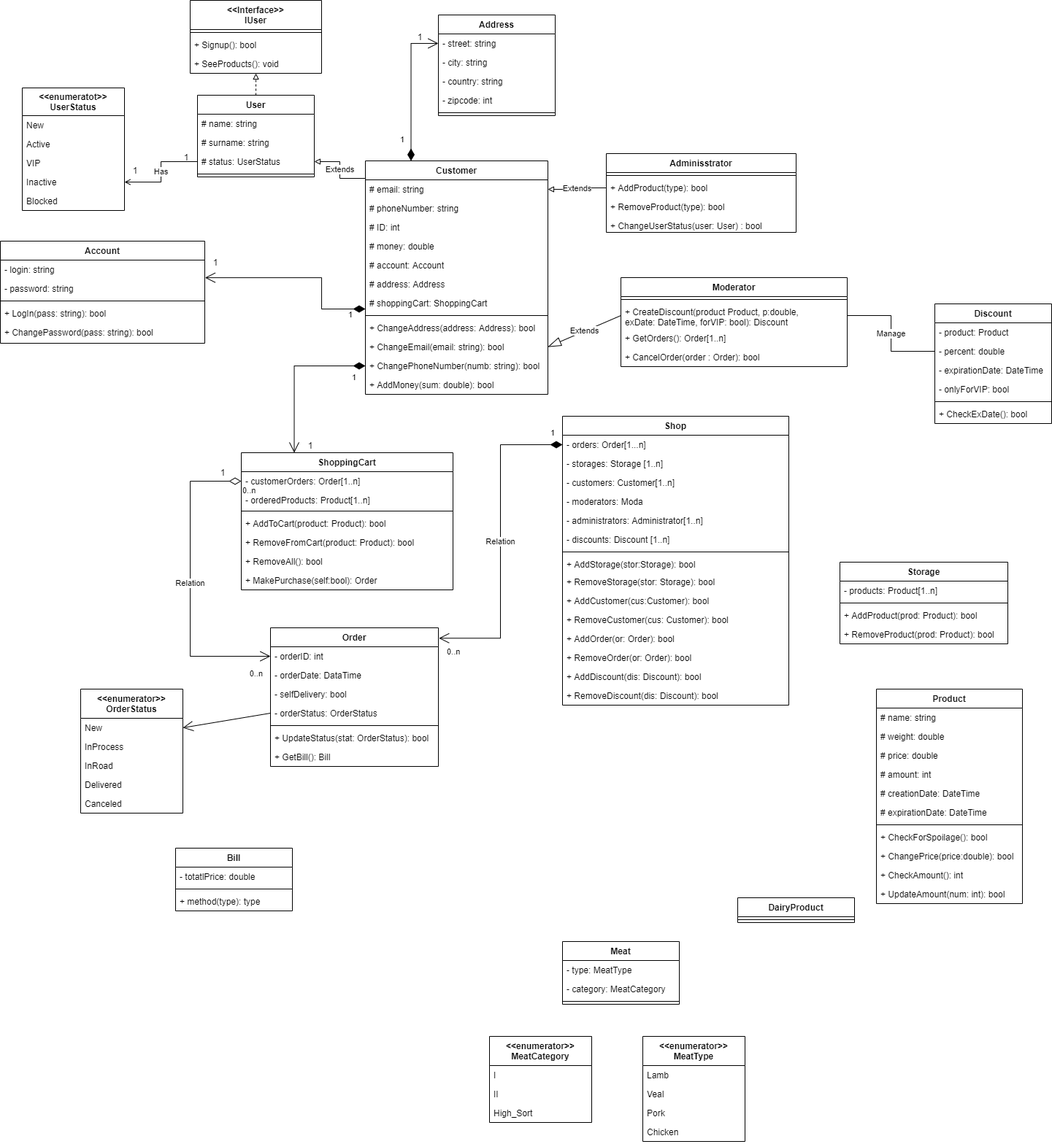
Before: ShopConseptualUML.drawio.png, a diagram exported from draw.io (olh-msk/SigmaTask10). Source tidied: cells renumbered, new cells last; positions are measured from the earlier drawing's top-left corner, leaving out a move shared by most shapes.
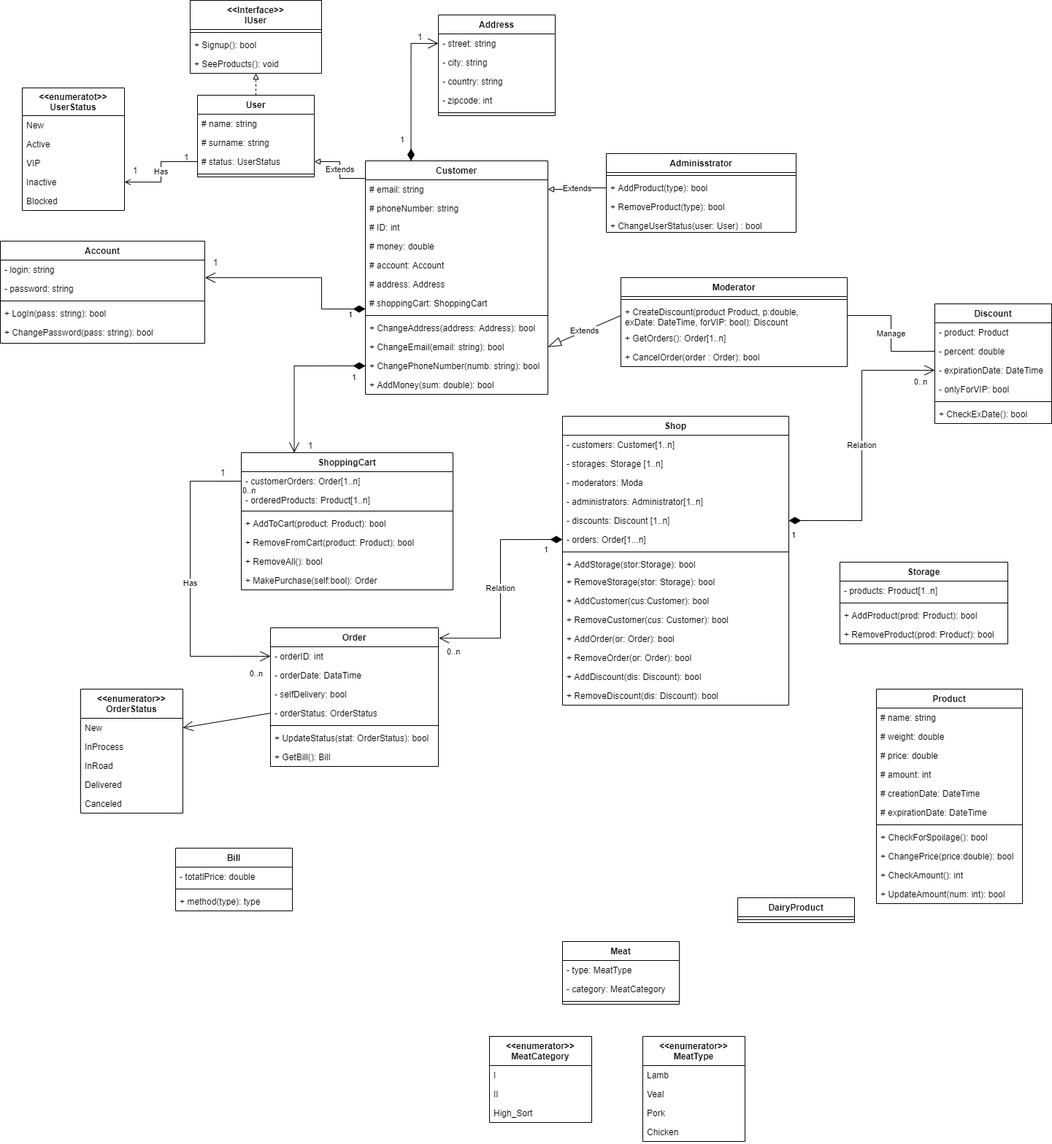
The same diagram one commit later.

What changed in the source:
```diff
@@ -309,24 +309,24 @@
     <mxCell id="99" value="Shop" style="swimlane;fontStyle=1;align=center;verticalAlign=top;horizontal=1;startSize=26;" parent="1" vertex="1">
       <mxGeometry x="770" y="570" width="310" height="396" as="geometry" />
     </mxCell>
-    <mxCell id="100" value="- orders: Order[1...n]" style="text;strokeColor=none;fillColor=none;align=left;verticalAlign=top;spacingLeft=4;spacingRight=4;overflow=hidden;points=[[0,0.5],[1,0.5]];portConstraint=eastwest;" parent="99" vertex="1">
-      <mxGeometry y="26" width="310" height="26" as="geometry" />
-    </mxCell>
+    <mxCell id="102" value="- customers: Customer[1..n]" style="text;strokeColor=none;fillColor=none;align=left;verticalAlign=top;spacingLeft=4;spacingRight=4;overflow=hidden;" parent="99" vertex="1">
+      <mxGeometry y="26" width="310" height="26" as="geometry" />
+    </mxCell>
     <mxCell id="101" value="- storages: Storage [1..n]" style="text;strokeColor=none;fillColor=none;align=left;verticalAlign=top;spacingLeft=4;spacingRight=4;overflow=hidden;" parent="99" vertex="1">
       <mxGeometry y="52" width="310" height="26" as="geometry" />
     </mxCell>
-    <mxCell id="102" value="- customers: Customer[1..n]" style="text;strokeColor=none;fillColor=none;align=left;verticalAlign=top;spacingLeft=4;spacingRight=4;overflow=hidden;" parent="99" vertex="1">
-      <mxGeometry y="78" width="310" height="26" as="geometry" />
-    </mxCell>
     <mxCell id="103" value="- moderators: Moda" style="text;strokeColor=none;fillColor=none;align=left;verticalAlign=top;spacingLeft=4;spacingRight=4;overflow=hidden;" parent="99" vertex="1">
-      <mxGeometry y="104" width="310" height="26" as="geometry" />
+      <mxGeometry y="78" width="310" height="26" as="geometry" />
     </mxCell>
     <mxCell id="104" value="- administrators: Administrator[1..n]" style="text;strokeColor=none;fillColor=none;align=left;verticalAlign=top;spacingLeft=4;spacingRight=4;overflow=hidden;" parent="99" vertex="1">
-      <mxGeometry y="130" width="310" height="26" as="geometry" />
+      <mxGeometry y="104" width="310" height="26" as="geometry" />
     </mxCell>
     <mxCell id="105" value="- discounts: Discount [1..n]" style="text;strokeColor=none;fillColor=none;align=left;verticalAlign=top;spacingLeft=4;spacingRight=4;overflow=hidden;points=[[0,0.5],[1,0.5]];portConstraint=eastwest;" parent="99" vertex="1">
-      <mxGeometry y="156" width="310" height="26" as="geometry" />
+      <mxGeometry y="130" width="310" height="26" as="geometry" />
     </mxCell>
+    <mxCell id="100" value="- orders: Order[1...n]" style="text;strokeColor=none;fillColor=none;align=left;verticalAlign=top;spacingLeft=4;spacingRight=4;overflow=hidden;points=[[0,0.5],[1,0.5]];portConstraint=eastwest;" parent="99" vertex="1">
+      <mxGeometry y="156" width="310" height="26" as="geometry" />
+    </mxCell>
     <mxCell id="106" style="line;strokeWidth=1;fillColor=none;align=left;verticalAlign=middle;spacingTop=-1;spacingLeft=3;spacingRight=3;labelPosition=right;" parent="99" vertex="1">
       <mxGeometry y="182" width="310" height="8" as="geometry" />
     </mxCell>
@@ -450,7 +450,7 @@
     <mxCell id="146" value="Chicken" style="text;strokeColor=none;fillColor=none;align=left;verticalAlign=top;spacingLeft=4;spacingRight=4;overflow=hidden;" parent="142" vertex="1">
       <mxGeometry y="118" width="140" height="26" as="geometry" />
     </mxCell>
-    <mxCell id="147" value="Relation" style="endArrow=open;html=1;endSize=12;startArrow=diamondThin;startSize=14;startFill=0;edgeStyle=orthogonalEdgeStyle;rounded=0;entryX=0;entryY=0.5;entryDx=0;entryDy=0;exitX=0;exitY=0.5;exitDx=0;exitDy=0;" parent="1" edge="1" source="50" target="92">
+    <mxCell id="147" value="Has" style="endArrow=open;html=1;endSize=12;startArrow=none;startSize=14;startFill=0;edgeStyle=orthogonalEdgeStyle;rounded=0;entryX=0;entryY=0.5;entryDx=0;entryDy=0;exitX=0;exitY=0.5;exitDx=0;exitDy=0;" parent="1" edge="1" source="50" target="92">
       <mxGeometry relative="1" as="geometry">
         <Array as="points">
           <mxPoint x="260" y="659" />
@@ -474,16 +474,29 @@
     </mxCell>
     <mxCell id="152" value="0..n" style="edgeLabel;html=1;align=left;verticalAlign=top;" parent="151" vertex="1">
       <mxGeometry x="-1" relative="1" as="geometry">
-        <mxPoint x="-160" y="271" as="offset" />
+        <mxPoint x="-160" y="141" as="offset" />
       </mxGeometry>
     </mxCell>
     <mxCell id="153" value="1" style="edgeLabel;html=1;align=right;verticalAlign=top;" parent="151" vertex="1">
       <mxGeometry x="1" relative="1" as="geometry">
-        <mxPoint x="159" y="-294" as="offset" />
+        <mxPoint x="150" y="-134" as="offset" />
       </mxGeometry>
     </mxCell>
     <mxCell id="154" style="endArrow=open;endFill=1;endSize=12;html=1;rounded=0;exitX=0;exitY=0.5;exitDx=0;exitDy=0;entryX=1;entryY=0.5;entryDx=0;entryDy=0;" parent="1" edge="1" source="95" target="124">
       <mxGeometry relative="1" as="geometry" />
     </mxCell>
+    <mxCell id="155" value="Relation" style="endArrow=open;html=1;endSize=12;startArrow=diamondThin;startSize=14;startFill=1;edgeStyle=orthogonalEdgeStyle;rounded=0;exitX=1;exitY=0.5;exitDx=0;exitDy=0;entryX=0;entryY=0.5;entryDx=0;entryDy=0;" parent="1" edge="1" source="105" target="119">
+      <mxGeometry relative="1" as="geometry" />
+    </mxCell>
+    <mxCell id="156" value="0..n" style="edgeLabel;html=1;align=left;verticalAlign=top;" parent="155" vertex="1">
+      <mxGeometry x="-1" relative="1" as="geometry">
+        <mxPoint x="170" y="-203" as="offset" />
+      </mxGeometry>
+    </mxCell>
+    <mxCell id="157" value="1" style="edgeLabel;html=1;align=right;verticalAlign=top;" parent="155" vertex="1">
+      <mxGeometry x="1" relative="1" as="geometry">
+        <mxPoint x="-190" y="213" as="offset" />
+      </mxGeometry>
+    </mxCell>
   </root>
 </mxGraphModel>
```
